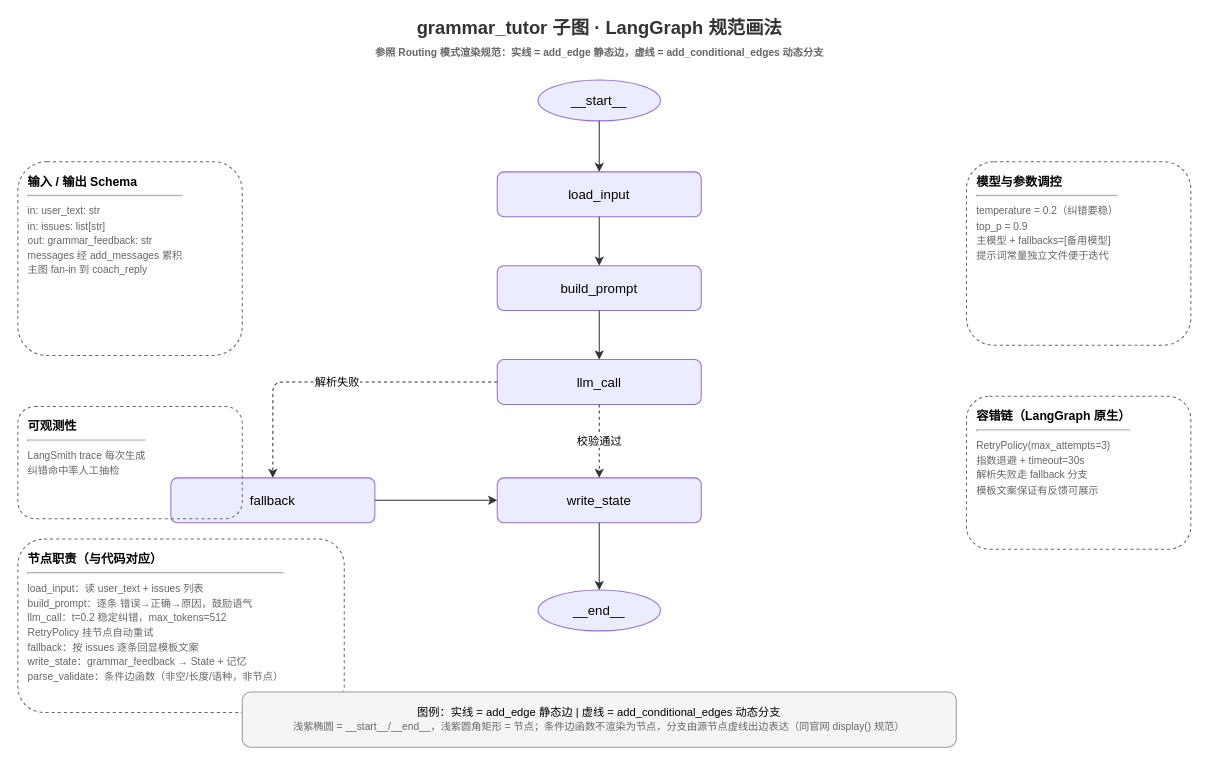
Earlier version of the draw.io diagram backend/src/talk_agent/document/grammar_tutor_graph.drawio (Ekko306/dialog-ai). Source tidied: cells renumbered, new cells numbered last; positions are measured from the earlier drawing's top-left corner, leaving out a move shared by most shapes. Both pictures are drawn from the tidied source at 102%, with x=0, y=0 at pixel (17, 18).
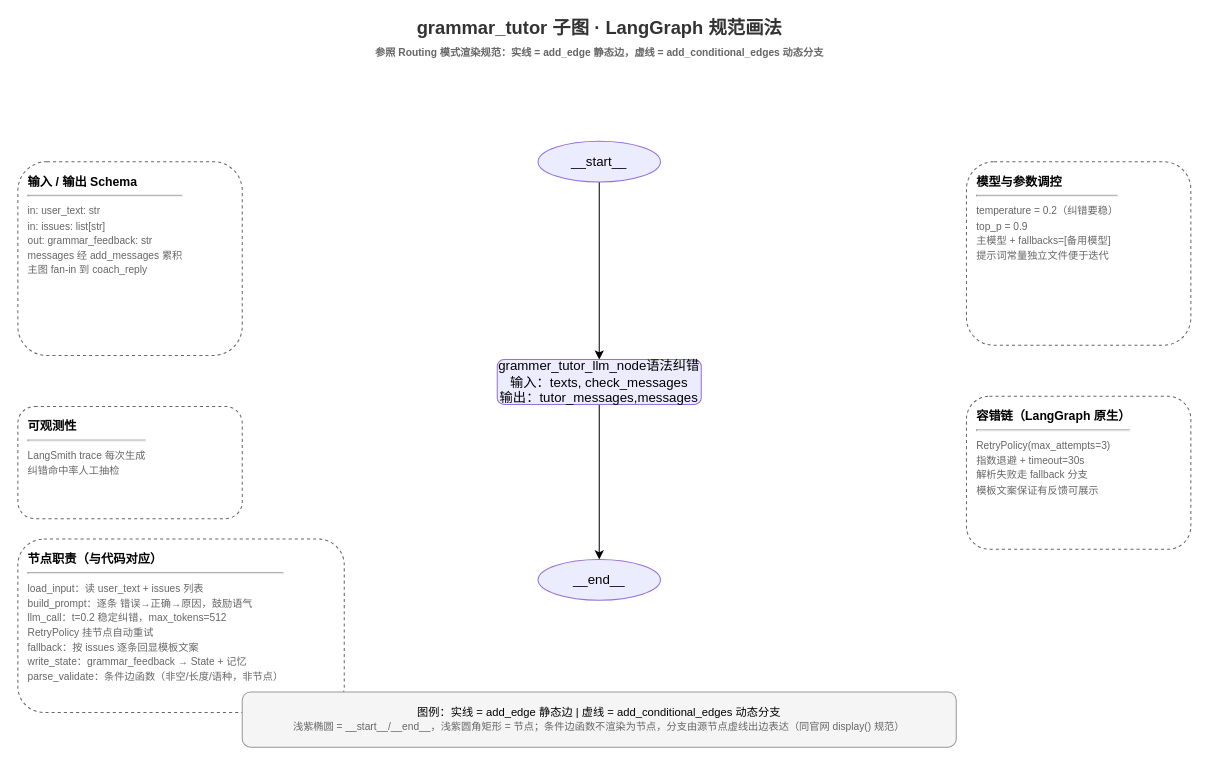
The same diagram, later.

Change to the diagram source:
```diff
@@
+    <mxCell id="23" style="edgeStyle=none;html=1;" parent="1" edge="1" source="3" target="6">
+      <mxGeometry relative="1" as="geometry" />
+    </mxCell>
     <mxCell id="3" value="__start__" style="ellipse;whiteSpace=wrap;html=1;fillColor=#ECECFF;strokeColor=#9370DB;fontSize=13;" parent="1" vertex="1">
-      <mxGeometry x="510" y="60" width="120" height="40" as="geometry" />
+      <mxGeometry x="510" y="120" width="120" height="40" as="geometry" />
     </mxCell>
-    <mxCell id="4" value="load_input" style="rounded=1;whiteSpace=wrap;html=1;fillColor=#ECECFF;strokeColor=#9370DB;fontSize=13;" parent="1" vertex="1">
-      <mxGeometry x="470" y="150" width="200" height="44" as="geometry" />
-    </mxCell>
-    <mxCell id="5" value="build_prompt" style="rounded=1;whiteSpace=wrap;html=1;fillColor=#ECECFF;strokeColor=#9370DB;fontSize=13;" parent="1" vertex="1">
-      <mxGeometry x="470" y="242" width="200" height="44" as="geometry" />
-    </mxCell>
+    <mxCell id="24" style="edgeStyle=none;html=1;entryX=0.5;entryY=0;entryDx=0;entryDy=0;" parent="1" edge="1" source="6" target="9">
+      <mxGeometry relative="1" as="geometry" />
+    </mxCell>
-    <mxCell id="6" value="llm_call" style="rounded=1;whiteSpace=wrap;html=1;fillColor=#ECECFF;strokeColor=#9370DB;fontSize=13;" parent="1" vertex="1">
+    <mxCell id="6" value="grammer_tutor_llm_node语法纠错&lt;br&gt;输入：texts, check_messages&lt;br&gt;输出：tutor_messages,messages" style="rounded=1;whiteSpace=wrap;html=1;fillColor=#ECECFF;strokeColor=#9370DB;fontSize=13;" parent="1" vertex="1">
       <mxGeometry x="470" y="334" width="200" height="44" as="geometry" />
     </mxCell>
-    <mxCell id="7" value="fallback" style="rounded=1;whiteSpace=wrap;html=1;fillColor=#ECECFF;strokeColor=#9370DB;fontSize=13;" parent="1" vertex="1">
-      <mxGeometry x="150" y="450" width="200" height="44" as="geometry" />
-    </mxCell>
-    <mxCell id="8" value="write_state" style="rounded=1;whiteSpace=wrap;html=1;fillColor=#ECECFF;strokeColor=#9370DB;fontSize=13;" parent="1" vertex="1">
-      <mxGeometry x="470" y="450" width="200" height="44" as="geometry" />
-    </mxCell>
     <mxCell id="9" value="__end__" style="ellipse;whiteSpace=wrap;html=1;fillColor=#ECECFF;strokeColor=#9370DB;fontSize=13;" parent="1" vertex="1">
-      <mxGeometry x="510" y="560" width="120" height="40" as="geometry" />
+      <mxGeometry x="510" y="530" width="120" height="40" as="geometry" />
     </mxCell>
-    <mxCell id="10" style="edgeStyle=orthogonalEdgeStyle;rounded=1;html=1;strokeColor=#333333;fontSize=11;" parent="1" edge="1" source="3" target="4">
-      <mxGeometry relative="1" as="geometry" />
-    </mxCell>
-    <mxCell id="11" style="edgeStyle=orthogonalEdgeStyle;rounded=1;html=1;strokeColor=#333333;fontSize=11;" parent="1" edge="1" source="4" target="5">
-      <mxGeometry relative="1" as="geometry" />
-    </mxCell>
-    <mxCell id="12" style="edgeStyle=orthogonalEdgeStyle;rounded=1;html=1;strokeColor=#333333;fontSize=11;" parent="1" edge="1" source="5" target="6">
-      <mxGeometry relative="1" as="geometry" />
-    </mxCell>
-    <mxCell id="13" value="校验通过" style="edgeStyle=orthogonalEdgeStyle;rounded=1;html=1;dashed=1;strokeColor=#333333;fontSize=11;exitX=0.5;exitY=1;exitDx=0;exitDy=0;entryX=0.5;entryY=0;entryDx=0;entryDy=0;" parent="1" edge="1" source="6" target="8">
-      <mxGeometry relative="1" as="geometry" />
-    </mxCell>
-    <mxCell id="14" value="解析失败" style="edgeStyle=orthogonalEdgeStyle;rounded=1;html=1;dashed=1;strokeColor=#333333;fontSize=11;exitX=0;exitY=0.5;exitDx=0;exitDy=0;entryX=0.5;entryY=0;entryDx=0;entryDy=0;" parent="1" edge="1" source="6" target="7">
-      <mxGeometry relative="1" as="geometry" />
-    </mxCell>
-    <mxCell id="15" style="edgeStyle=orthogonalEdgeStyle;rounded=1;html=1;strokeColor=#333333;fontSize=11;exitX=1;exitY=0.5;exitDx=0;exitDy=0;entryX=0;entryY=0.5;entryDx=0;entryDy=0;" parent="1" edge="1" source="7" target="8">
-      <mxGeometry relative="1" as="geometry" />
-    </mxCell>
-    <mxCell id="16" style="edgeStyle=orthogonalEdgeStyle;rounded=1;html=1;strokeColor=#333333;fontSize=11;" parent="1" edge="1" source="8" target="9">
-      <mxGeometry relative="1" as="geometry" />
-    </mxCell>
```
